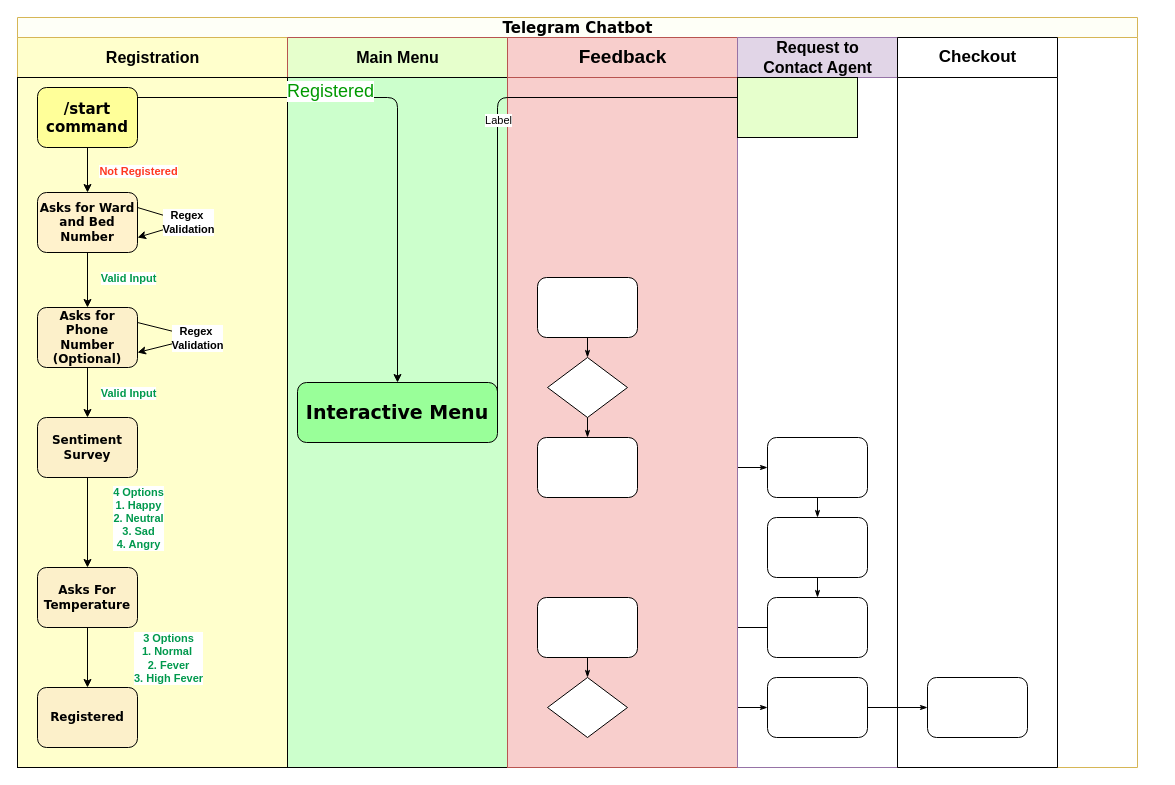
This is Untitled Diagram.drawio from Jackimaru96/AI-Sudoku, a draw.io file, before an edit. Source tidied: cells renumbered, new cells numbered last; positions are measured from the earlier drawing's top-left corner, leaving out a move shared by most shapes. Both pictures are drawn from the tidied source at 100%, with x=0, y=0 at pixel (17, 17).
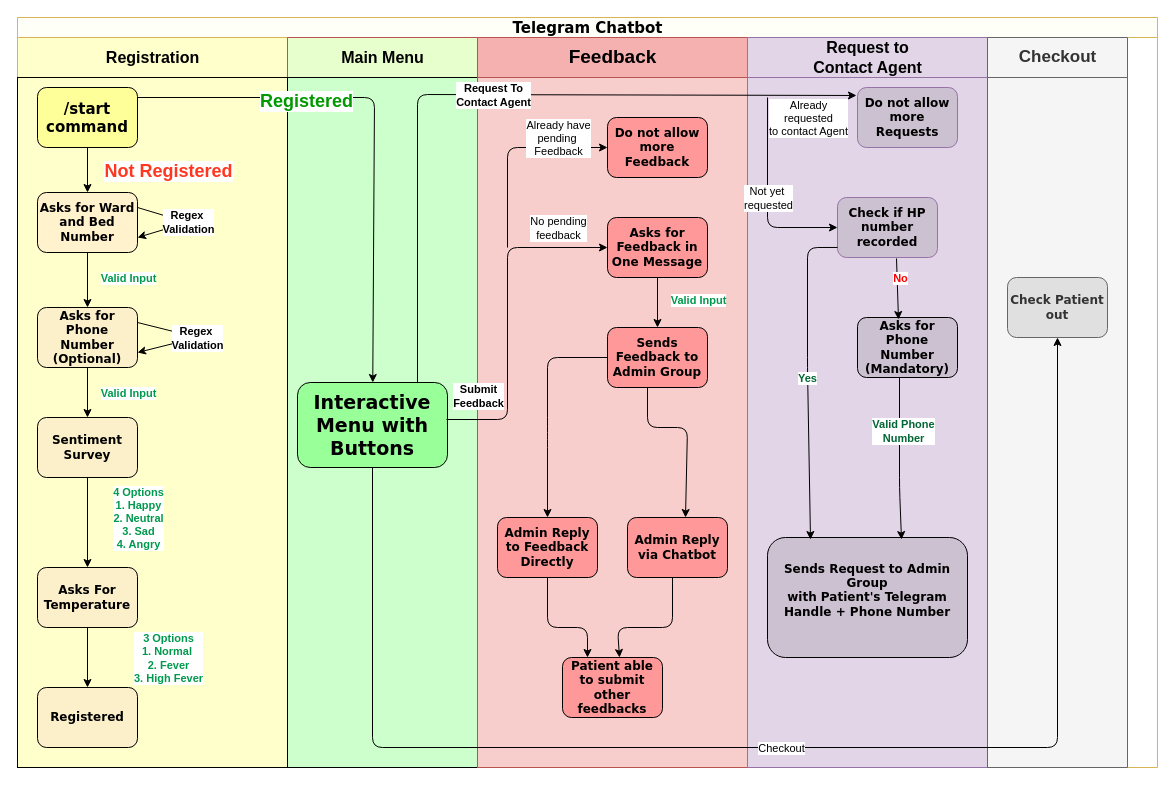
After the change.

The change refers to these unchanged cells:
```xml
<mxCell id="18" style="endArrow=classic;html=1;exitX=0.5;exitY=1;exitDx=0;exitDy=0;" parent="7" edge="1" source="17" target="16">
  <mxGeometry relative="1" as="geometry" />
</mxCell>
```

Diff of the diagram source:
```diff
@@
+    <mxCell id="57" style="rounded=0;whiteSpace=wrap;html=1;fillColor=#f5f5f5;strokeColor=#666666;fontColor=#333333;" parent="1" vertex="1">
+      <mxGeometry x="970" y="60" width="140" height="690" as="geometry" />
+    </mxCell>
     <mxCell id="2" value="&lt;font style=&quot;font-size: 15px&quot;&gt;Telegram Chatbot&lt;/font&gt;" style="swimlane;html=1;startSize=20;rounded=0;shadow=0;labelBackgroundColor=none;strokeWidth=1;fontFamily=Verdana;fontSize=8;align=center;strokeColor=#d6b656;fillColor=#FEFFF7;" parent="1" vertex="1">
-      <mxGeometry width="1120" height="750" as="geometry" />
+      <mxGeometry width="1140" height="750" as="geometry" />
     </mxCell>
-    <mxCell id="3" style="edgeStyle=orthogonalEdgeStyle;rounded=1;html=1;labelBackgroundColor=none;startArrow=none;startFill=0;startSize=5;endArrow=classicThin;endFill=1;endSize=5;jettySize=auto;strokeWidth=1;fontFamily=Verdana;fontSize=8;" parent="2" edge="1" source="39" target="50">
-      <mxGeometry relative="1" as="geometry" />
-    </mxCell>
-    <mxCell id="4" style="edgeStyle=orthogonalEdgeStyle;rounded=1;html=1;labelBackgroundColor=none;startArrow=none;startFill=0;startSize=5;endArrow=classicThin;endFill=1;endSize=5;jettySize=auto;strokeWidth=1;fontFamily=Verdana;fontSize=8;" parent="2" edge="1" source="50" target="54">
-      <mxGeometry relative="1" as="geometry" />
-    </mxCell>
-    <mxCell id="5" style="edgeStyle=orthogonalEdgeStyle;rounded=1;html=1;labelBackgroundColor=none;startArrow=none;startFill=0;startSize=5;endArrow=classicThin;endFill=1;endSize=5;jettySize=auto;strokeWidth=1;fontFamily=Verdana;fontSize=8;" parent="2" edge="1" source="37" target="47">
-      <mxGeometry relative="1" as="geometry" />
-    </mxCell>
-    <mxCell id="6" style="edgeStyle=orthogonalEdgeStyle;rounded=1;html=1;labelBackgroundColor=none;startArrow=none;startFill=0;startSize=5;endArrow=classicThin;endFill=1;endSize=5;jettySize=auto;strokeColor=#000000;strokeWidth=1;fontFamily=Verdana;fontSize=8;fontColor=#000000;" parent="2" edge="1" source="49" target="38">
-      <mxGeometry relative="1" as="geometry" />
-    </mxCell>
@@
-    <mxCell id="19" value="&lt;font color=&quot;#ff3721&quot;&gt;&lt;b&gt;Not Registered&lt;/b&gt;&lt;/font&gt;" style="edgeLabel;html=1;align=center;verticalAlign=middle;" parent="18" vertex="1">
+    <mxCell id="19" value="&lt;font color=&quot;#ff3721&quot; size=&quot;1&quot;&gt;&lt;b style=&quot;font-size: 18px&quot;&gt;Not Registered&lt;/b&gt;&lt;/font&gt;" style="edgeLabel;html=1;align=center;verticalAlign=middle;" parent="18" vertex="1">
       <mxGeometry relative="1" as="geometry">
-        <mxPoint x="50" as="offset" />
+        <mxPoint x="80" as="offset" />
       </mxGeometry>
     </mxCell>
@@
     <mxCell id="30" value="&lt;font style=&quot;font-size: 16px&quot;&gt;Main Menu&lt;/font&gt;" style="swimlane;html=1;startSize=40;strokeColor=#b85450;fillColor=#E6FFCC;" parent="2" vertex="1">
-      <mxGeometry x="270" y="20" width="220" height="730" as="geometry" />
+      <mxGeometry x="270" y="20" width="190" height="730" as="geometry" />
     </mxCell>
     <mxCell id="31" style="rounded=0;whiteSpace=wrap;html=1;fillColor=#CCFFCC;" parent="30" vertex="1">
-      <mxGeometry y="40" width="220" height="690" as="geometry" />
+      <mxGeometry y="40" width="190" height="690" as="geometry" />
     </mxCell>
-    <mxCell id="32" value="&lt;font style=&quot;font-size: 19px&quot;&gt;&lt;b&gt;Interactive Menu&lt;/b&gt;&lt;/font&gt;" style="rounded=1;whiteSpace=wrap;html=1;shadow=0;labelBackgroundColor=none;strokeWidth=1;fontFamily=Verdana;fontSize=8;align=center;fillColor=#99FF99;" parent="30" vertex="1">
-      <mxGeometry x="10" y="345" width="200" height="60" as="geometry" />
+    <mxCell id="32" value="&lt;font style=&quot;font-size: 19px&quot;&gt;&lt;b&gt;Interactive Menu with Buttons&lt;/b&gt;&lt;/font&gt;" style="rounded=1;whiteSpace=wrap;html=1;shadow=0;labelBackgroundColor=none;strokeWidth=1;fontFamily=Verdana;fontSize=8;align=center;fillColor=#99FF99;" parent="30" vertex="1">
+      <mxGeometry x="10" y="345" width="150" height="85" as="geometry" />
     </mxCell>
-    <mxCell id="33" value="&lt;font style=&quot;font-size: 19px&quot;&gt;Feedback&lt;/font&gt;" style="swimlane;html=1;startSize=40;fillColor=#f8cecc;strokeColor=#b85450;" parent="2" vertex="1">
-      <mxGeometry x="490" y="20" width="230" height="730" as="geometry" />
+    <mxCell id="33" value="&lt;font style=&quot;font-size: 19px&quot;&gt;Feedback&lt;/font&gt;" style="swimlane;html=1;startSize=40;strokeColor=#b85450;fillColor=#F5B0B0;" parent="2" vertex="1">
+      <mxGeometry x="460" y="20" width="270" height="730" as="geometry" />
     </mxCell>
-    <mxCell id="34" style="rounded=0;whiteSpace=wrap;html=1;fillColor=#f8cecc;strokeColor=#b85450;" parent="33" vertex="1">
-      <mxGeometry y="40" width="230" height="690" as="geometry" />
-    </mxCell>
+    <mxCell id="58" style="rounded=0;whiteSpace=wrap;html=1;fillColor=#f8cecc;strokeColor=#b85450;" parent="33" vertex="1">
+      <mxGeometry y="40" width="270" height="690" as="geometry" />
+    </mxCell>
-    <mxCell id="35" style="rounded=1;whiteSpace=wrap;html=1;shadow=0;labelBackgroundColor=none;strokeWidth=1;fontFamily=Verdana;fontSize=8;align=center;" parent="33" vertex="1">
-      <mxGeometry x="30" y="240" width="100" height="60" as="geometry" />
+    <mxCell id="35" value="&lt;b style=&quot;font-size: 12px&quot;&gt;Asks for Feedback in One Message&lt;/b&gt;" style="rounded=1;whiteSpace=wrap;html=1;shadow=0;labelBackgroundColor=none;strokeWidth=1;fontFamily=Verdana;fontSize=8;align=center;fillColor=#FF9999;" parent="33" vertex="1">
+      <mxGeometry x="130" y="180" width="100" height="60" as="geometry" />
     </mxCell>
-    <mxCell id="36" style="rhombus;whiteSpace=wrap;html=1;rounded=0;shadow=0;labelBackgroundColor=none;strokeWidth=1;fontFamily=Verdana;fontSize=8;align=center;" parent="33" vertex="1">
-      <mxGeometry x="40" y="320" width="80" height="60" as="geometry" />
-    </mxCell>
-    <mxCell id="37" style="rounded=1;whiteSpace=wrap;html=1;shadow=0;labelBackgroundColor=none;strokeWidth=1;fontFamily=Verdana;fontSize=8;align=center;" parent="33" vertex="1">
-      <mxGeometry x="30" y="400" width="100" height="60" as="geometry" />
+    <mxCell id="37" value="&lt;b style=&quot;font-size: 12px&quot;&gt;Sends Feedback to Admin Group&lt;/b&gt;" style="rounded=1;whiteSpace=wrap;html=1;shadow=0;labelBackgroundColor=none;strokeWidth=1;fontFamily=Verdana;fontSize=8;align=center;fillColor=#FF9999;" parent="33" vertex="1">
+      <mxGeometry x="130" y="290" width="100" height="60" as="geometry" />
     </mxCell>
-    <mxCell id="38" style="rounded=1;whiteSpace=wrap;html=1;shadow=0;labelBackgroundColor=none;strokeWidth=1;fontFamily=Verdana;fontSize=8;align=center;" parent="33" vertex="1">
-      <mxGeometry x="30" y="560" width="100" height="60" as="geometry" />
-    </mxCell>
-    <mxCell id="39" style="rhombus;whiteSpace=wrap;html=1;rounded=0;shadow=0;labelBackgroundColor=none;strokeWidth=1;fontFamily=Verdana;fontSize=8;align=center;" parent="33" vertex="1">
-      <mxGeometry x="40" y="640" width="80" height="60" as="geometry" />
-    </mxCell>
-    <mxCell id="40" style="edgeStyle=orthogonalEdgeStyle;rounded=1;html=1;labelBackgroundColor=none;startArrow=none;startFill=0;startSize=5;endArrow=classicThin;endFill=1;endSize=5;jettySize=auto;strokeColor=#000000;strokeWidth=1;fontFamily=Verdana;fontSize=8;fontColor=#000000;" parent="33" edge="1" source="35" target="36">
-      <mxGeometry relative="1" as="geometry" />
-    </mxCell>
-    <mxCell id="41" style="edgeStyle=orthogonalEdgeStyle;rounded=1;html=1;labelBackgroundColor=none;startArrow=none;startFill=0;startSize=5;endArrow=classicThin;endFill=1;endSize=5;jettySize=auto;strokeWidth=1;fontFamily=Verdana;fontSize=8;" parent="33" edge="1" source="36" target="37">
-      <mxGeometry relative="1" as="geometry" />
-    </mxCell>
-    <mxCell id="42" style="edgeStyle=orthogonalEdgeStyle;rounded=1;html=1;labelBackgroundColor=none;startArrow=none;startFill=0;startSize=5;endArrow=classicThin;endFill=1;endSize=5;jettySize=auto;strokeWidth=1;fontFamily=Verdana;fontSize=8;" parent="33" edge="1" source="38" target="39">
-      <mxGeometry relative="1" as="geometry" />
-    </mxCell>
-    <mxCell id="43" style="endArrow=classic;html=1;exitX=1;exitY=0.5;exitDx=0;exitDy=0;" parent="33" edge="1" source="32">
-      <mxGeometry relative="1" as="geometry">
-        <mxPoint x="260" y="60" as="targetPoint" />
-        <Array as="points">
-          <mxPoint x="-10" y="60" />
-        </Array>
-      </mxGeometry>
-    </mxCell>
-    <mxCell id="44" value="Label" style="edgeLabel;html=1;align=center;verticalAlign=middle;" parent="43" vertex="1">
-      <mxGeometry relative="1" as="geometry" />
-    </mxCell>
+    <mxCell id="59" style="endArrow=classic;html=1;exitX=0.5;exitY=1;exitDx=0;exitDy=0;entryX=0.5;entryY=0;entryDx=0;entryDy=0;" parent="33" edge="1" source="35" target="37">
+      <mxGeometry relative="1" as="geometry" />
+    </mxCell>
+    <mxCell id="60" value="&lt;b&gt;&lt;font color=&quot;#00994d&quot;&gt;Valid Input&lt;/font&gt;&lt;/b&gt;" style="edgeLabel;html=1;align=center;verticalAlign=middle;" parent="59" vertex="1">
+      <mxGeometry relative="1" as="geometry">
+        <mxPoint x="40" y="-3" as="offset" />
+      </mxGeometry>
+    </mxCell>
+    <mxCell id="61" value="&lt;b style=&quot;font-size: 12px&quot;&gt;Admin Reply to Feedback Directly&lt;/b&gt;" style="rounded=1;whiteSpace=wrap;html=1;shadow=0;labelBackgroundColor=none;strokeWidth=1;fontFamily=Verdana;fontSize=8;align=center;fillColor=#FF9999;" parent="33" vertex="1">
+      <mxGeometry x="20" y="480" width="100" height="60" as="geometry" />
+    </mxCell>
+    <mxCell id="62" value="&lt;b style=&quot;font-size: 12px&quot;&gt;Admin Reply via Chatbot&lt;/b&gt;" style="rounded=1;whiteSpace=wrap;html=1;shadow=0;labelBackgroundColor=none;strokeWidth=1;fontFamily=Verdana;fontSize=8;align=center;fillColor=#FF9999;" parent="33" vertex="1">
+      <mxGeometry x="150" y="480" width="100" height="60" as="geometry" />
+    </mxCell>
+    <mxCell id="63" style="endArrow=classic;html=1;exitX=0;exitY=0.5;exitDx=0;exitDy=0;entryX=0.5;entryY=0;entryDx=0;entryDy=0;" parent="33" edge="1" source="37" target="61">
+      <mxGeometry relative="1" as="geometry">
+        <Array as="points">
+          <mxPoint x="70" y="320" />
+          <mxPoint x="70" y="390" />
+          <mxPoint x="70" y="400" />
+        </Array>
+      </mxGeometry>
+    </mxCell>
+    <mxCell id="64" style="endArrow=classic;html=1;entryX=0.58;entryY=0;entryDx=0;entryDy=0;entryPerimeter=0;" parent="33" edge="1" target="62">
+      <mxGeometry relative="1" as="geometry">
+        <mxPoint x="170" y="350" as="sourcePoint" />
+        <Array as="points">
+          <mxPoint x="170" y="390" />
+          <mxPoint x="210" y="390" />
+        </Array>
+      </mxGeometry>
+    </mxCell>
+    <mxCell id="65" style="endArrow=classic;html=1;exitX=0.5;exitY=1;exitDx=0;exitDy=0;entryX=0.25;entryY=0;entryDx=0;entryDy=0;" parent="33" edge="1" source="61" target="67">
+      <mxGeometry relative="1" as="geometry">
+        <Array as="points">
+          <mxPoint x="70" y="590" />
+          <mxPoint x="110" y="590" />
+        </Array>
+      </mxGeometry>
+    </mxCell>
+    <mxCell id="66" style="endArrow=classic;html=1;entryX=0.57;entryY=0;entryDx=0;entryDy=0;entryPerimeter=0;" parent="33" edge="1" target="67">
+      <mxGeometry relative="1" as="geometry">
+        <mxPoint x="195" y="540" as="sourcePoint" />
+        <Array as="points">
+          <mxPoint x="195" y="590" />
+          <mxPoint x="140" y="590" />
+        </Array>
+      </mxGeometry>
+    </mxCell>
+    <mxCell id="67" value="&lt;span style=&quot;font-size: 12px&quot;&gt;&lt;b&gt;Patient able to submit other feedbacks&lt;/b&gt;&lt;/span&gt;" style="rounded=1;whiteSpace=wrap;html=1;shadow=0;labelBackgroundColor=none;strokeWidth=1;fontFamily=Verdana;fontSize=8;align=center;fillColor=#FF9999;" parent="33" vertex="1">
+      <mxGeometry x="85" y="620" width="100" height="60" as="geometry" />
+    </mxCell>
+    <mxCell id="68" value="&lt;span style=&quot;font-size: 12px&quot;&gt;&lt;b&gt;Do not allow more Feedback&lt;/b&gt;&lt;/span&gt;" style="rounded=1;whiteSpace=wrap;html=1;shadow=0;labelBackgroundColor=none;strokeWidth=1;fontFamily=Verdana;fontSize=8;align=center;fillColor=#FF9999;" parent="33" vertex="1">
+      <mxGeometry x="130" y="80" width="100" height="60" as="geometry" />
+    </mxCell>
+    <mxCell id="69" value="No pending &lt;br&gt;feedback" style="edgeLabel;html=1;align=center;verticalAlign=middle;" parent="33" vertex="1">
+      <mxGeometry x="80" y="190" as="geometry" />
+    </mxCell>
     <mxCell id="45" value="&lt;font style=&quot;font-size: 16px&quot;&gt;Request to &lt;br&gt;Contact Agent&lt;/font&gt;" style="swimlane;html=1;startSize=40;fillColor=#e1d5e7;strokeColor=#9673a6;" parent="2" vertex="1">
-      <mxGeometry x="720" y="20" width="160" height="730" as="geometry" />
+      <mxGeometry x="730" y="20" width="240" height="730" as="geometry" />
     </mxCell>
-    <mxCell id="46" style="rounded=0;whiteSpace=wrap;html=1;fillColor=#E6FFCC;gradientColor=none;" parent="45" vertex="1">
-      <mxGeometry y="40" width="120" height="60" as="geometry" />
-    </mxCell>
+    <mxCell id="70" style="rounded=0;whiteSpace=wrap;html=1;fillColor=#e1d5e7;strokeColor=#9673a6;" parent="45" vertex="1">
+      <mxGeometry y="40" width="240" height="690" as="geometry" />
+    </mxCell>
-    <mxCell id="47" style="rounded=1;whiteSpace=wrap;html=1;shadow=0;labelBackgroundColor=none;strokeWidth=1;fontFamily=Verdana;fontSize=8;align=center;" parent="45" vertex="1">
-      <mxGeometry x="30" y="400" width="100" height="60" as="geometry" />
+    <mxCell id="47" value="&lt;b style=&quot;font-size: 12px&quot;&gt;Do not allow more Requests&lt;/b&gt;" style="rounded=1;whiteSpace=wrap;html=1;shadow=0;labelBackgroundColor=none;strokeWidth=1;fontFamily=Verdana;fontSize=8;align=center;strokeColor=#9673a6;fillColor=#CCC1D1;" parent="45" vertex="1">
+      <mxGeometry x="110" y="50" width="100" height="60" as="geometry" />
     </mxCell>
-    <mxCell id="48" style="rounded=1;whiteSpace=wrap;html=1;shadow=0;labelBackgroundColor=none;strokeWidth=1;fontFamily=Verdana;fontSize=8;align=center;" parent="45" vertex="1">
-      <mxGeometry x="30" y="480" width="100" height="60" as="geometry" />
-    </mxCell>
-    <mxCell id="49" style="rounded=1;whiteSpace=wrap;html=1;shadow=0;labelBackgroundColor=none;strokeWidth=1;fontFamily=Verdana;fontSize=8;align=center;" parent="45" vertex="1">
-      <mxGeometry x="30" y="560" width="100" height="60" as="geometry" />
-    </mxCell>
-    <mxCell id="50" style="rounded=1;whiteSpace=wrap;html=1;shadow=0;labelBackgroundColor=none;strokeWidth=1;fontFamily=Verdana;fontSize=8;align=center;" parent="45" vertex="1">
-      <mxGeometry x="30" y="640" width="100" height="60" as="geometry" />
-    </mxCell>
-    <mxCell id="51" style="edgeStyle=orthogonalEdgeStyle;rounded=1;html=1;labelBackgroundColor=none;startArrow=none;startFill=0;startSize=5;endArrow=classicThin;endFill=1;endSize=5;jettySize=auto;strokeWidth=1;fontFamily=Verdana;fontSize=8;" parent="45" edge="1" source="47" target="48">
-      <mxGeometry relative="1" as="geometry" />
-    </mxCell>
-    <mxCell id="52" style="edgeStyle=orthogonalEdgeStyle;rounded=1;html=1;labelBackgroundColor=none;startArrow=none;startFill=0;startSize=5;endArrow=classicThin;endFill=1;endSize=5;jettySize=auto;strokeWidth=1;fontFamily=Verdana;fontSize=8;" parent="45" edge="1" source="48" target="49">
-      <mxGeometry relative="1" as="geometry" />
-    </mxCell>
+    <mxCell id="71" value="&lt;b style=&quot;font-size: 12px&quot;&gt;Check if HP number recorded&lt;/b&gt;" style="rounded=1;whiteSpace=wrap;html=1;shadow=0;labelBackgroundColor=none;strokeWidth=1;fontFamily=Verdana;fontSize=8;align=center;strokeColor=#9673a6;fillColor=#CCC1D1;" parent="45" vertex="1">
+      <mxGeometry x="90" y="160" width="100" height="60" as="geometry" />
+    </mxCell>
+    <mxCell id="72" value="Already &lt;br&gt;requested&lt;br&gt;to contact Agent" style="edgeLabel;html=1;align=center;verticalAlign=middle;" parent="45" vertex="1">
+      <mxGeometry x="60" y="80" as="geometry" />
+    </mxCell>
+    <mxCell id="73" value="&lt;span style=&quot;font-size: 12px&quot;&gt;&lt;b&gt;Sends Request to Admin Group&lt;br&gt;with Patient's Telegram Handle + Phone Number&lt;br&gt;&lt;br&gt;&lt;/b&gt;&lt;/span&gt;" style="rounded=1;whiteSpace=wrap;html=1;shadow=0;labelBackgroundColor=none;strokeWidth=1;fontFamily=Verdana;fontSize=8;align=center;fillColor=#CCC1D1;" parent="45" vertex="1">
+      <mxGeometry x="20" y="500" width="200" height="120" as="geometry" />
+    </mxCell>
+    <mxCell id="74" value="&lt;b style=&quot;font-size: 12px&quot;&gt;Asks for Phone Number&lt;br&gt;(Mandatory)&lt;br&gt;&lt;/b&gt;" style="rounded=1;whiteSpace=wrap;html=1;shadow=0;labelBackgroundColor=none;strokeWidth=1;fontFamily=Verdana;fontSize=8;align=center;fillColor=#CCC1D1;" parent="45" vertex="1">
+      <mxGeometry x="110" y="280" width="100" height="60" as="geometry" />
+    </mxCell>
+    <mxCell id="75" value="&lt;b&gt;&lt;font color=&quot;#006633&quot;&gt;Yes&lt;/font&gt;&lt;/b&gt;" style="endArrow=classic;html=1;exitX=0;exitY=0.833;exitDx=0;exitDy=0;entryX=0.215;entryY=0.017;entryDx=0;entryDy=0;exitPerimeter=0;entryPerimeter=0;" parent="45" edge="1" source="71" target="73">
+      <mxGeometry relative="1" as="geometry">
+        <Array as="points">
+          <mxPoint x="60" y="210" />
+          <mxPoint x="60" y="330" />
+        </Array>
+      </mxGeometry>
+    </mxCell>
+    <mxCell id="76" style="endArrow=classic;html=1;" parent="45" edge="1">
+      <mxGeometry relative="1" as="geometry">
+        <mxPoint x="149" y="221" as="sourcePoint" />
+        <mxPoint x="151" y="282" as="targetPoint" />
+      </mxGeometry>
+    </mxCell>
+    <mxCell id="77" value="&lt;font color=&quot;#ff0000&quot;&gt;&lt;b&gt;No&lt;/b&gt;&lt;/font&gt;" style="edgeLabel;html=1;align=center;verticalAlign=middle;" parent="76" vertex="1">
+      <mxGeometry x="-0.34" y="3" relative="1" as="geometry" />
+    </mxCell>
+    <mxCell id="78" style="endArrow=classic;html=1;exitX=0.42;exitY=1;exitDx=0;exitDy=0;exitPerimeter=0;entryX=0.67;entryY=0.017;entryDx=0;entryDy=0;entryPerimeter=0;" parent="45" edge="1" source="74" target="73">
+      <mxGeometry relative="1" as="geometry">
+        <Array as="points">
+          <mxPoint x="152" y="450" />
+        </Array>
+      </mxGeometry>
+    </mxCell>
+    <mxCell id="79" value="&lt;b&gt;&lt;font color=&quot;#006633&quot;&gt;Valid Phone&lt;br&gt;Number&lt;/font&gt;&lt;br&gt;&lt;/b&gt;" style="edgeLabel;html=1;align=center;verticalAlign=middle;" parent="78" vertex="1">
+      <mxGeometry x="-0.34" y="3" relative="1" as="geometry" />
+    </mxCell>
-    <mxCell id="53" value="&lt;font style=&quot;font-size: 17px&quot;&gt;Checkout&lt;/font&gt;" style="swimlane;html=1;startSize=40;" parent="2" vertex="1">
-      <mxGeometry x="880" y="20" width="160" height="730" as="geometry" />
+    <mxCell id="53" value="&lt;font style=&quot;font-size: 17px&quot;&gt;Checkout&lt;/font&gt;" style="swimlane;html=1;startSize=40;fillColor=#f5f5f5;strokeColor=#666666;fontColor=#333333;" parent="2" vertex="1">
+      <mxGeometry x="970" y="20" width="140" height="730" as="geometry" />
     </mxCell>
-    <mxCell id="54" style="rounded=1;whiteSpace=wrap;html=1;shadow=0;labelBackgroundColor=none;strokeWidth=1;fontFamily=Verdana;fontSize=8;align=center;" parent="53" vertex="1">
-      <mxGeometry x="30" y="640" width="100" height="60" as="geometry" />
+    <mxCell id="54" value="&lt;span style=&quot;font-size: 12px&quot;&gt;&lt;b&gt;Check Patient out&lt;/b&gt;&lt;/span&gt;" style="rounded=1;whiteSpace=wrap;html=1;shadow=0;labelBackgroundColor=none;strokeWidth=1;fontFamily=Verdana;fontSize=8;align=center;strokeColor=#666666;fontColor=#333333;fillColor=#E0E0E0;" parent="53" vertex="1">
+      <mxGeometry x="20" y="240" width="100" height="60" as="geometry" />
     </mxCell>
     <mxCell id="55" style="endArrow=classic;html=1;" parent="2" edge="1" target="32">
       <mxGeometry relative="1" as="geometry">
         <mxPoint x="120" y="80" as="sourcePoint" />
         <Array as="points">
-          <mxPoint x="380" y="80" />
+          <mxPoint x="357" y="80" />
         </Array>
       </mxGeometry>
     </mxCell>
-    <mxCell id="56" value="&lt;font color=&quot;#009900&quot; style=&quot;font-size: 18px&quot;&gt;Registered&lt;/font&gt;" style="edgeLabel;html=1;align=center;verticalAlign=middle;" parent="55" vertex="1">
+    <mxCell id="56" value="&lt;font color=&quot;#009900&quot; style=&quot;font-size: 18px&quot;&gt;&lt;b&gt;Registered&lt;/b&gt;&lt;/font&gt;" style="edgeLabel;html=1;align=center;verticalAlign=middle;" parent="55" vertex="1">
       <mxGeometry relative="1" as="geometry">
         <mxPoint x="-68" y="-20" as="offset" />
       </mxGeometry>
     </mxCell>
+    <mxCell id="43" style="endArrow=classic;html=1;exitX=0.8;exitY=0;exitDx=0;exitDy=0;exitPerimeter=0;entryX=-0.01;entryY=0.133;entryDx=0;entryDy=0;entryPerimeter=0;" parent="2" edge="1" source="32" target="47">
+      <mxGeometry relative="1" as="geometry">
+        <Array as="points">
+          <mxPoint x="400" y="77" />
+        </Array>
+      </mxGeometry>
+    </mxCell>
+    <mxCell id="44" value="&lt;b&gt;Request To &lt;br&gt;Contact Agent&lt;/b&gt;" style="edgeLabel;html=1;align=center;verticalAlign=middle;" parent="43" vertex="1">
+      <mxGeometry relative="1" as="geometry" />
+    </mxCell>
+    <mxCell id="80" style="endArrow=classic;html=1;entryX=0;entryY=0.5;entryDx=0;entryDy=0;" parent="2" edge="1" target="35">
+      <mxGeometry relative="1" as="geometry">
+        <mxPoint x="429" y="402" as="sourcePoint" />
+        <Array as="points">
+          <mxPoint x="490" y="402" />
+          <mxPoint x="490" y="230" />
+        </Array>
+      </mxGeometry>
+    </mxCell>
+    <mxCell id="81" value="&lt;b&gt;Submit &lt;br&gt;Feedback&lt;/b&gt;" style="edgeLabel;html=1;align=center;verticalAlign=middle;" parent="80" vertex="1">
+      <mxGeometry relative="1" as="geometry">
+        <mxPoint x="-30" y="82" as="offset" />
+      </mxGeometry>
+    </mxCell>
+    <mxCell id="82" style="endArrow=classic;html=1;exitX=0.5;exitY=1;exitDx=0;exitDy=0;entryX=0.5;entryY=1;entryDx=0;entryDy=0;" parent="2" edge="1" source="32" target="54">
+      <mxGeometry relative="1" as="geometry">
+        <Array as="points">
+          <mxPoint x="355" y="730" />
+          <mxPoint x="1040" y="730" />
+        </Array>
+      </mxGeometry>
+    </mxCell>
+    <mxCell id="83" value="Checkout" style="edgeLabel;html=1;align=center;verticalAlign=middle;" parent="82" vertex="1">
+      <mxGeometry relative="1" as="geometry" />
+    </mxCell>
+    <mxCell id="84" style="endArrow=classic;html=1;entryX=0;entryY=0.5;entryDx=0;entryDy=0;" parent="1" edge="1" target="68">
+      <mxGeometry relative="1" as="geometry">
+        <mxPoint x="490" y="230" as="sourcePoint" />
+        <Array as="points">
+          <mxPoint x="490" y="130" />
+        </Array>
+      </mxGeometry>
+    </mxCell>
+    <mxCell id="85" value="Already have &lt;br&gt;pending&amp;nbsp;&lt;br&gt;Feedback" style="edgeLabel;html=1;align=center;verticalAlign=middle;" parent="84" vertex="1">
+      <mxGeometry relative="1" as="geometry">
+        <mxPoint x="50" y="-10" as="offset" />
+      </mxGeometry>
+    </mxCell>
+    <mxCell id="86" style="endArrow=classic;html=1;entryX=0;entryY=0.5;entryDx=0;entryDy=0;" parent="1" edge="1" target="71">
+      <mxGeometry relative="1" as="geometry">
+        <mxPoint x="750" y="80" as="sourcePoint" />
+        <Array as="points">
+          <mxPoint x="750" y="210" />
+        </Array>
+      </mxGeometry>
+    </mxCell>
+    <mxCell id="87" value="Not yet&amp;nbsp;&lt;br&gt;requested" style="edgeLabel;html=1;align=center;verticalAlign=middle;" parent="86" vertex="1">
+      <mxGeometry relative="1" as="geometry" />
+    </mxCell>
```
